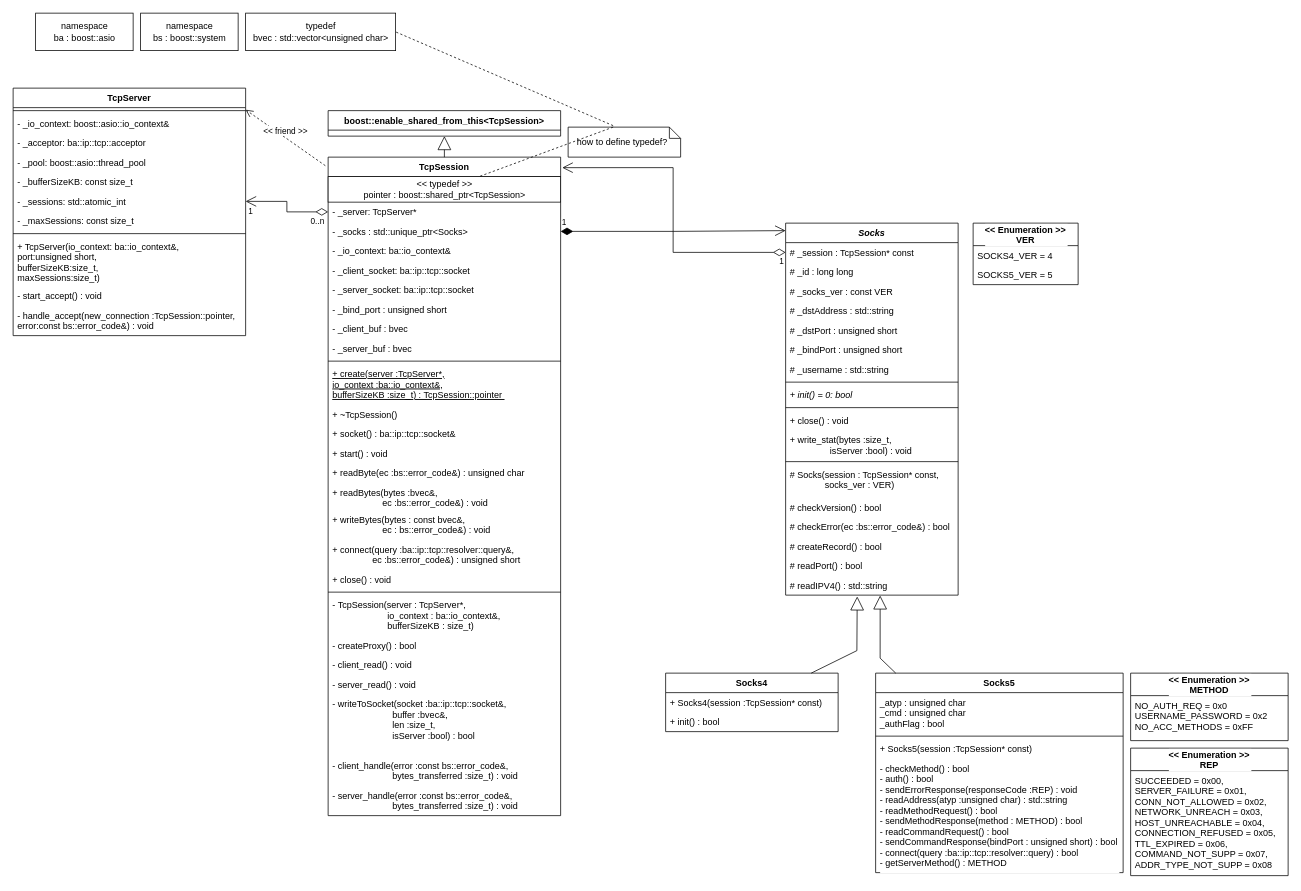
This is uml.drawio from RektDerp/socks5-proxy-SUM-2022-copy, a draw.io file, before an edit. Source tidied: cells renumbered, new cells numbered last; positions are measured from the earlier drawing's top-left corner, leaving out a move shared by most shapes. Both pictures are drawn from the tidied source at 75%, with x=0, y=0 at pixel (13, 13).
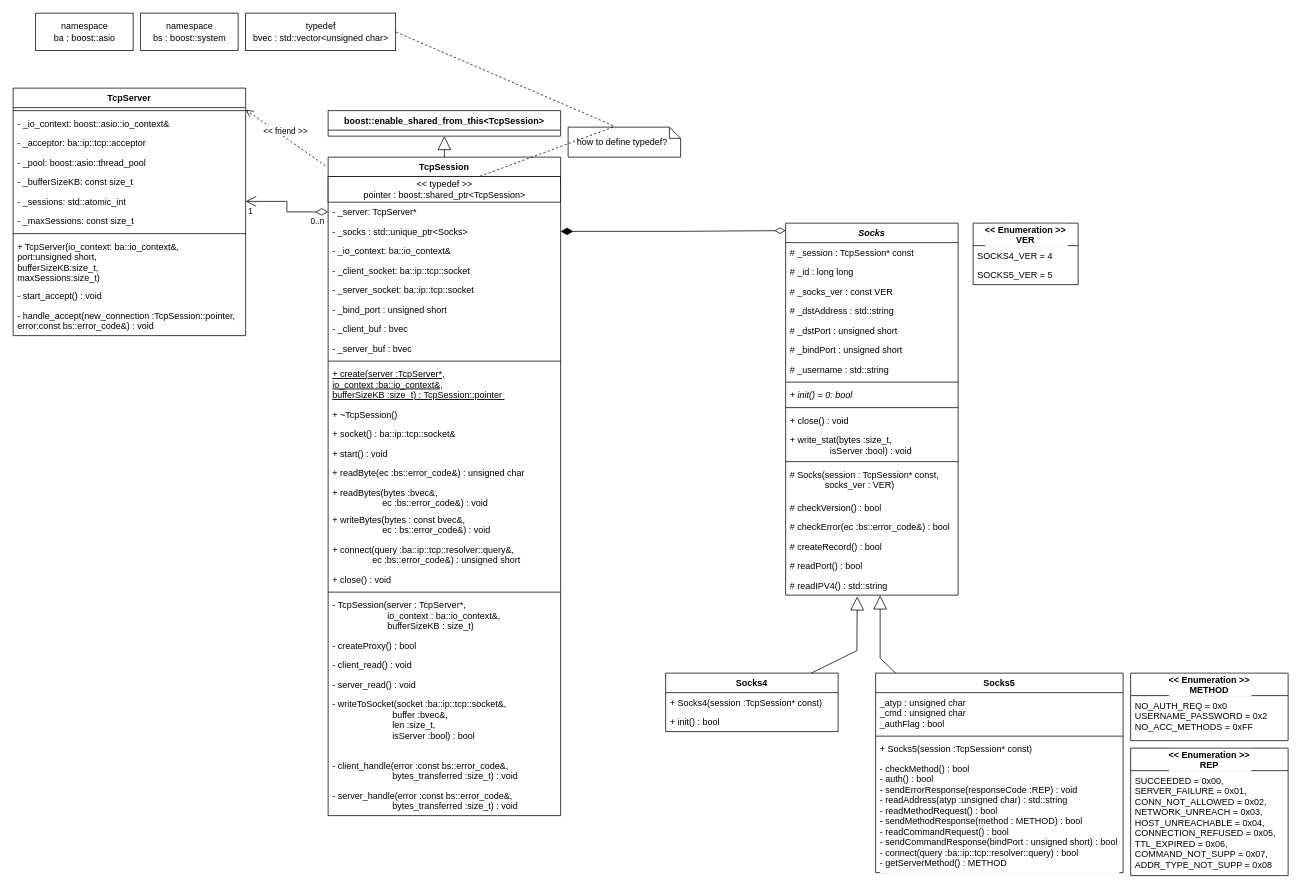
Above is the later version.

The change refers to these unchanged cells:
```xml
<mxCell id="14" value="TcpSession" style="swimlane;fontStyle=1;align=center;verticalAlign=top;horizontal=1;startSize=26;labelBackgroundColor=default;fixedWidth=0;" parent="1" vertex="1">
  <mxGeometry x="420" y="192" width="310" height="878" as="geometry" />
</mxCell>
<mxCell id="17" value="- _socks : std::unique_ptr&lt;Socks&gt; " style="text;strokeColor=none;fillColor=none;align=left;verticalAlign=top;spacingLeft=4;spacingRight=4;overflow=hidden;points=[[0,0.5],[1,0.5]];portConstraint=eastwest;labelBackgroundColor=default;" parent="14" vertex="1">
  <mxGeometry y="86" width="310" height="26" as="geometry" />
</mxCell>
<mxCell id="54" value="# _session : TcpSession* const" style="text;strokeColor=none;fillColor=none;align=left;verticalAlign=top;spacingLeft=4;spacingRight=4;overflow=hidden;points=[[0,0.5],[1,0.5]];portConstraint=eastwest;labelBackgroundColor=default;" parent="53" vertex="1">
  <mxGeometry y="26" width="230" height="26" as="geometry" />
</mxCell>
```

Change to the diagram source:
```diff
@@
-    <mxCell id="73" value="1" style="endArrow=open;html=1;endSize=12;startArrow=diamondThin;startSize=14;startFill=1;edgeStyle=orthogonalEdgeStyle;align=left;verticalAlign=bottom;rounded=0;" parent="1" edge="1" source="17">
-      <mxGeometry x="-1" y="3" relative="1" as="geometry">
+    <mxCell id="73" style="endArrow=diamondThin;html=1;endSize=12;startArrow=diamondThin;startSize=14;startFill=1;edgeStyle=orthogonalEdgeStyle;align=left;verticalAlign=bottom;rounded=0;endFill=0;" parent="1" edge="1" source="17">
+      <mxGeometry x="-0.93" y="31" relative="1" as="geometry">
         <mxPoint x="1030" y="290" as="targetPoint" />
       </mxGeometry>
     </mxCell>
@@
-    <mxCell id="75" value="1" style="endArrow=open;html=1;endSize=12;startArrow=diamondThin;startSize=14;startFill=0;edgeStyle=orthogonalEdgeStyle;align=left;verticalAlign=bottom;rounded=0;entryX=1.007;entryY=0.016;entryDx=0;entryDy=0;entryPerimeter=0;" parent="1" edge="1" source="54" target="14">
-      <mxGeometry x="-0.95" y="21" relative="1" as="geometry" />
-    </mxCell>
```
